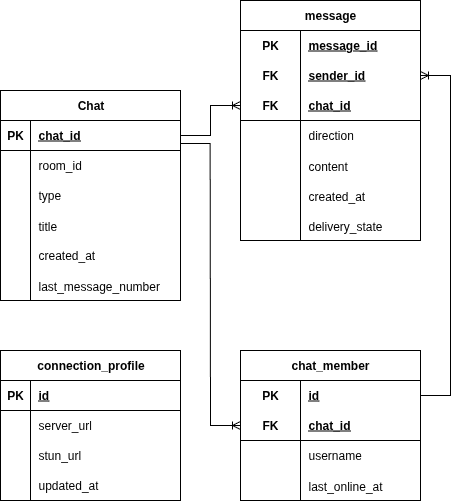
Above: docs/assets/er/er-client.png in paa04/Morze (draw.io), before the change. Source tidied: cells renumbered, new cells last; positions are measured from the earlier drawing's top-left corner, leaving out a move shared by most shapes.
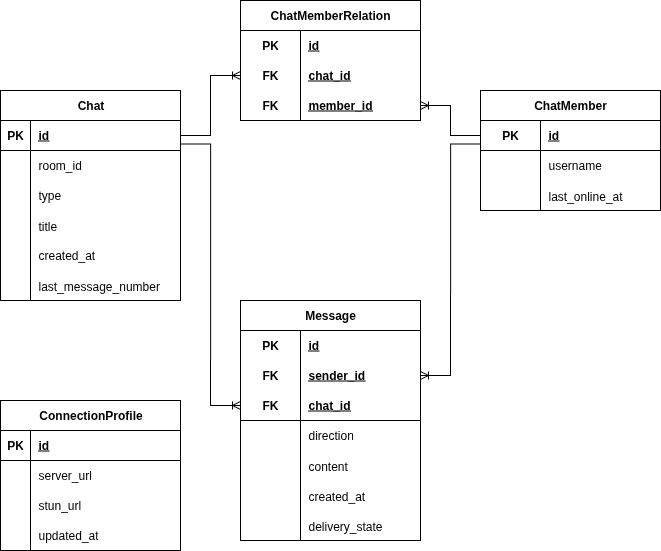
After the commit.

What changed in the source:
```diff
@@ -3,7 +3,7 @@
     <mxCell id="0" />
     <mxCell id="1" parent="0" />
     <mxCell id="2" value="Chat" style="shape=table;startSize=30;rowLines=0;fontStyle=1;align=center;html=1;" parent="1" vertex="1">
-      <mxGeometry y="90" width="180" height="210" as="geometry" />
+      <mxGeometry x="-220" y="40" width="180" height="210" as="geometry" />
     </mxCell>
     <mxCell id="3" style="shape=tableRow;horizontal=0;startSize=0;swimlaneHead=0;swimlaneBody=0;fillColor=none;points=[[0,0.5],[1,0.5]];portConstraint=eastwest;top=0;left=0;right=0;bottom=1;" parent="2" vertex="1">
       <mxGeometry y="30" width="180" height="30" as="geometry" />
@@ -11,7 +11,7 @@
     <mxCell id="4" value="PK" style="shape=partialRectangle;fillColor=none;top=0;left=0;bottom=0;right=0;fontStyle=1;overflow=hidden;whiteSpace=wrap;html=1;" parent="3" vertex="1">
       <mxGeometry width="30" height="30" as="geometry" />
     </mxCell>
-    <mxCell id="5" value="chat_id" style="shape=partialRectangle;fillColor=none;top=0;left=0;bottom=0;right=0;align=left;spacingLeft=6;fontStyle=5;overflow=hidden;whiteSpace=wrap;html=1;" parent="3" vertex="1">
+    <mxCell id="5" value="id" style="shape=partialRectangle;fillColor=none;top=0;left=0;bottom=0;right=0;align=left;spacingLeft=6;fontStyle=5;overflow=hidden;whiteSpace=wrap;html=1;" parent="3" vertex="1">
       <mxGeometry x="30" width="150" height="30" as="geometry" />
     </mxCell>
     <mxCell id="6" style="shape=tableRow;horizontal=0;startSize=0;swimlaneHead=0;swimlaneBody=0;fillColor=none;top=0;left=0;right=0;bottom=0;" parent="2" vertex="1">
@@ -59,29 +59,20 @@
     <mxCell id="20" value="last_message_number" style="shape=partialRectangle;fillColor=none;top=0;left=0;bottom=0;right=0;align=left;spacingLeft=6;overflow=hidden;" parent="18" vertex="1">
       <mxGeometry x="30" width="150" height="30" as="geometry" />
     </mxCell>
-    <mxCell id="21" value="chat_member" style="shape=table;startSize=30;rowLines=0;fontStyle=1;align=center;html=1;whiteSpace=wrap;" parent="1" vertex="1">
-      <mxGeometry x="240" y="350" width="180" height="150" as="geometry" />
+    <mxCell id="21" value="ChatMember" style="shape=table;startSize=30;rowLines=0;fontStyle=1;align=center;html=1;whiteSpace=wrap;" parent="1" vertex="1">
+      <mxGeometry x="260" y="40" width="180" height="120" as="geometry" />
     </mxCell>
-    <mxCell id="22" style="shape=tableRow;horizontal=0;startSize=0;swimlaneHead=0;swimlaneBody=0;fillColor=none;points=[[0,0.5],[1,0.5]];portConstraint=eastwest;top=0;left=0;right=0;bottom=0;html=1;" parent="21" vertex="1">
-      <mxGeometry y="30" width="180" height="30" as="geometry" />
-    </mxCell>
-    <mxCell id="23" value="PK" style="shape=partialRectangle;fillColor=none;top=0;left=0;bottom=0;right=0;fontStyle=1;overflow=hidden;html=1;whiteSpace=wrap;" parent="22" vertex="1">
-      <mxGeometry width="60" height="30" as="geometry" />
-    </mxCell>
-    <mxCell id="24" value="id" style="shape=partialRectangle;fillColor=none;top=0;left=0;bottom=0;right=0;align=left;spacingLeft=6;fontStyle=5;overflow=hidden;html=1;whiteSpace=wrap;" parent="22" vertex="1">
-      <mxGeometry x="60" width="120" height="30" as="geometry" />
-    </mxCell>
-    <mxCell id="25" style="shape=tableRow;horizontal=0;startSize=0;swimlaneHead=0;swimlaneBody=0;fillColor=none;points=[[0,0.5],[1,0.5]];portConstraint=eastwest;top=0;left=0;right=0;bottom=1;html=1;" parent="21" vertex="1">
-      <mxGeometry y="60" width="180" height="30" as="geometry" />
-    </mxCell>
-    <mxCell id="26" value="FK" style="shape=partialRectangle;fillColor=none;top=0;left=0;bottom=0;right=0;fontStyle=1;overflow=hidden;html=1;whiteSpace=wrap;" parent="25" vertex="1">
-      <mxGeometry width="60" height="30" as="geometry" />
-    </mxCell>
-    <mxCell id="27" value="chat_id" style="shape=partialRectangle;fillColor=none;top=0;left=0;bottom=0;right=0;align=left;spacingLeft=6;fontStyle=5;overflow=hidden;html=1;whiteSpace=wrap;" parent="25" vertex="1">
-      <mxGeometry x="60" width="120" height="30" as="geometry" />
-    </mxCell>
+    <mxCell id="72" style="shape=tableRow;horizontal=0;startSize=0;swimlaneHead=0;swimlaneBody=0;fillColor=none;points=[[0,0.5],[1,0.5]];portConstraint=eastwest;top=0;left=0;right=0;bottom=1;" parent="21" vertex="1">
+      <mxGeometry y="30" width="180" height="30" as="geometry" />
+    </mxCell>
+    <mxCell id="73" value="PK" style="shape=partialRectangle;fillColor=none;top=0;left=0;bottom=0;right=0;fontStyle=1;overflow=hidden;whiteSpace=wrap;html=1;" parent="72" vertex="1">
+      <mxGeometry width="60" height="30" as="geometry" />
+    </mxCell>
+    <mxCell id="74" value="id" style="shape=partialRectangle;fillColor=none;top=0;left=0;bottom=0;right=0;align=left;spacingLeft=6;fontStyle=5;overflow=hidden;whiteSpace=wrap;html=1;" parent="72" vertex="1">
+      <mxGeometry x="60" width="120" height="30" as="geometry" />
+    </mxCell>
     <mxCell id="28" style="shape=tableRow;horizontal=0;startSize=0;swimlaneHead=0;swimlaneBody=0;fillColor=none;top=0;left=0;right=0;bottom=0;html=1;" parent="21" vertex="1">
-      <mxGeometry y="90" width="180" height="30" as="geometry" />
+      <mxGeometry y="60" width="180" height="30" as="geometry" />
     </mxCell>
     <mxCell id="29" style="shape=partialRectangle;fillColor=none;top=0;left=0;bottom=0;right=0;overflow=hidden;html=1;whiteSpace=wrap;" parent="28" vertex="1">
       <mxGeometry width="60" height="30" as="geometry" />
@@ -90,7 +81,7 @@
       <mxGeometry x="60" width="120" height="30" as="geometry" />
     </mxCell>
     <mxCell id="31" style="shape=tableRow;horizontal=0;startSize=0;swimlaneHead=0;swimlaneBody=0;fillColor=none;top=0;left=0;right=0;bottom=0;" parent="21" vertex="1">
-      <mxGeometry y="120" width="180" height="30" as="geometry" />
+      <mxGeometry y="90" width="180" height="30" as="geometry" />
     </mxCell>
     <mxCell id="32" style="shape=partialRectangle;fillColor=none;top=0;left=0;bottom=0;right=0;overflow=hidden;" parent="31" vertex="1">
       <mxGeometry width="60" height="30" as="geometry" />
@@ -98,8 +89,8 @@
     <mxCell id="33" value="last_online_at" style="shape=partialRectangle;fillColor=none;top=0;left=0;bottom=0;right=0;align=left;spacingLeft=6;overflow=hidden;" parent="31" vertex="1">
       <mxGeometry x="60" width="120" height="30" as="geometry" />
     </mxCell>
-    <mxCell id="34" value="message" style="shape=table;startSize=30;rowLines=0;fontStyle=1;align=center;html=1;whiteSpace=wrap;" parent="1" vertex="1">
-      <mxGeometry x="240" width="180" height="240" as="geometry" />
+    <mxCell id="34" value="M&lt;span style=&quot;background-color: transparent; color: light-dark(rgb(0, 0, 0), rgb(255, 255, 255));&quot;&gt;essage&lt;/span&gt;" style="shape=table;startSize=30;rowLines=0;fontStyle=1;align=center;html=1;whiteSpace=wrap;" parent="1" vertex="1">
+      <mxGeometry x="20" y="250" width="180" height="240" as="geometry" />
     </mxCell>
     <mxCell id="35" style="shape=tableRow;horizontal=0;startSize=0;swimlaneHead=0;swimlaneBody=0;fillColor=none;top=0;left=0;right=0;bottom=0;html=1;" parent="34" vertex="1">
       <mxGeometry y="30" width="180" height="30" as="geometry" />
@@ -107,7 +98,7 @@
     <mxCell id="36" value="PK" style="shape=partialRectangle;fillColor=none;top=0;left=0;bottom=0;right=0;fontStyle=1;overflow=hidden;html=1;whiteSpace=wrap;" parent="35" vertex="1">
       <mxGeometry width="60" height="30" as="geometry" />
     </mxCell>
-    <mxCell id="37" value="message_id" style="shape=partialRectangle;fillColor=none;top=0;left=0;bottom=0;right=0;align=left;spacingLeft=6;fontStyle=5;overflow=hidden;html=1;whiteSpace=wrap;" parent="35" vertex="1">
+    <mxCell id="37" value="id" style="shape=partialRectangle;fillColor=none;top=0;left=0;bottom=0;right=0;align=left;spacingLeft=6;fontStyle=5;overflow=hidden;html=1;whiteSpace=wrap;" parent="35" vertex="1">
       <mxGeometry x="60" width="120" height="30" as="geometry" />
     </mxCell>
     <mxCell id="38" style="shape=tableRow;horizontal=0;startSize=0;swimlaneHead=0;swimlaneBody=0;fillColor=none;points=[[0,0.5],[1,0.5]];portConstraint=eastwest;top=0;left=0;right=0;bottom=0;" parent="34" vertex="1">
@@ -164,8 +155,8 @@
     <mxCell id="55" value="delivery_state" style="shape=partialRectangle;fillColor=none;top=0;left=0;bottom=0;right=0;align=left;spacingLeft=6;overflow=hidden;" parent="53" vertex="1">
       <mxGeometry x="60" width="120" height="30" as="geometry" />
     </mxCell>
-    <mxCell id="56" value="connection_profile" style="shape=table;startSize=30;rowLines=0;fontStyle=1;align=center;html=1;" parent="1" vertex="1">
-      <mxGeometry y="350" width="180" height="150" as="geometry" />
+    <mxCell id="56" value="ConnectionProfile" style="shape=table;startSize=30;rowLines=0;fontStyle=1;align=center;html=1;" parent="1" vertex="1">
+      <mxGeometry x="-220" y="350" width="180" height="150" as="geometry" />
     </mxCell>
     <mxCell id="57" style="shape=tableRow;horizontal=0;startSize=0;swimlaneHead=0;swimlaneBody=0;fillColor=none;top=0;left=0;right=0;bottom=1;" parent="56" vertex="1">
       <mxGeometry y="30" width="180" height="30" as="geometry" />
@@ -203,21 +194,47 @@
     <mxCell id="68" value="updated_at" style="shape=partialRectangle;fillColor=none;top=0;left=0;bottom=0;right=0;align=left;spacingLeft=6;overflow=hidden;whiteSpace=wrap;html=1;" parent="66" vertex="1">
       <mxGeometry x="30" width="150" height="30" as="geometry" />
     </mxCell>
+    <mxCell id="75" value="ChatMemberRelation" style="shape=table;startSize=30;rowLines=0;fontStyle=1;align=center;html=1;whiteSpace=wrap;" parent="1" vertex="1">
+      <mxGeometry x="20" y="-50" width="180" height="120" as="geometry" />
+    </mxCell>
+    <mxCell id="22" style="shape=tableRow;horizontal=0;startSize=0;swimlaneHead=0;swimlaneBody=0;fillColor=none;points=[[0,0.5],[1,0.5]];portConstraint=eastwest;top=0;left=0;right=0;bottom=0;html=1;" parent="75" vertex="1">
+      <mxGeometry y="30" width="180" height="30" as="geometry" />
+    </mxCell>
+    <mxCell id="23" value="PK" style="shape=partialRectangle;fillColor=none;top=0;left=0;bottom=0;right=0;fontStyle=1;overflow=hidden;html=1;whiteSpace=wrap;" parent="22" vertex="1">
+      <mxGeometry width="60" height="30" as="geometry" />
+    </mxCell>
+    <mxCell id="24" value="id" style="shape=partialRectangle;fillColor=none;top=0;left=0;bottom=0;right=0;align=left;spacingLeft=6;fontStyle=5;overflow=hidden;html=1;whiteSpace=wrap;" parent="22" vertex="1">
+      <mxGeometry x="60" width="120" height="30" as="geometry" />
+    </mxCell>
+    <mxCell id="76" style="shape=tableRow;horizontal=0;startSize=0;swimlaneHead=0;swimlaneBody=0;fillColor=none;points=[[0,0.5],[1,0.5]];portConstraint=eastwest;top=0;left=0;right=0;bottom=0;" parent="75" vertex="1">
+      <mxGeometry y="60" width="180" height="30" as="geometry" />
+    </mxCell>
+    <mxCell id="77" value="&lt;b&gt;FK&lt;/b&gt;" style="shape=partialRectangle;fillColor=none;top=0;left=0;bottom=0;right=0;fontStyle=0;overflow=hidden;whiteSpace=wrap;html=1;" parent="76" vertex="1">
+      <mxGeometry width="60" height="30" as="geometry" />
+    </mxCell>
+    <mxCell id="27" value="&lt;b&gt;&lt;u&gt;chat_id&lt;/u&gt;&lt;/b&gt;" style="shape=partialRectangle;fillColor=none;top=0;left=0;bottom=0;right=0;align=left;spacingLeft=6;fontStyle=0;overflow=hidden;whiteSpace=wrap;html=1;" parent="76" vertex="1">
+      <mxGeometry x="60" width="120" height="30" as="geometry" />
+    </mxCell>
+    <mxCell id="78" style="shape=tableRow;horizontal=0;startSize=0;swimlaneHead=0;swimlaneBody=0;fillColor=none;points=[[0,0.5],[1,0.5]];portConstraint=eastwest;top=0;left=0;right=0;bottom=1;html=1;" parent="75" vertex="1">
+      <mxGeometry y="90" width="180" height="30" as="geometry" />
+    </mxCell>
+    <mxCell id="26" value="FK" style="shape=partialRectangle;fillColor=none;top=0;left=0;bottom=0;right=0;fontStyle=1;overflow=hidden;html=1;whiteSpace=wrap;" parent="78" vertex="1">
+      <mxGeometry width="60" height="30" as="geometry" />
+    </mxCell>
+    <mxCell id="79" value="member_id" style="shape=partialRectangle;fillColor=none;top=0;left=0;bottom=0;right=0;align=left;spacingLeft=6;fontStyle=5;overflow=hidden;html=1;whiteSpace=wrap;" parent="78" vertex="1">
+      <mxGeometry x="60" width="120" height="30" as="geometry" />
+    </mxCell>
+    <mxCell id="80" style="edgeStyle=entityRelationEdgeStyle;fontSize=12;html=1;endArrow=ERoneToMany;rounded=0;exitX=1;exitY=0.5;exitDx=0;exitDy=0;entryX=0;entryY=0.5;entryDx=0;entryDy=0;" parent="1" edge="1" source="3" target="76">
+      <mxGeometry relative="1" as="geometry" />
+    </mxCell>
+    <mxCell id="81" style="edgeStyle=entityRelationEdgeStyle;fontSize=12;html=1;endArrow=ERoneToMany;rounded=0;exitX=0;exitY=0.5;exitDx=0;exitDy=0;entryX=1;entryY=0.5;entryDx=0;entryDy=0;" parent="1" edge="1" source="72" target="78">
+      <mxGeometry relative="1" as="geometry" />
+    </mxCell>
-    <mxCell id="69" style="edgeStyle=entityRelationEdgeStyle;fontSize=12;html=1;endArrow=ERoneToMany;rounded=0;exitX=1;exitY=0.5;exitDx=0;exitDy=0;entryX=0;entryY=0.5;entryDx=0;entryDy=0;" parent="1" edge="1" source="3" target="41">
-      <mxGeometry relative="1" as="geometry">
-        <Array as="points">
-          <mxPoint x="200" y="140" />
-          <mxPoint x="220" y="140" />
-          <mxPoint x="220" y="135" />
-          <mxPoint x="220" y="130" />
-        </Array>
-      </mxGeometry>
+    <mxCell id="69" style="edgeStyle=entityRelationEdgeStyle;fontSize=12;html=1;endArrow=ERoneToMany;rounded=0;exitX=1.001;exitY=0.783;exitDx=0;exitDy=0;exitPerimeter=0;entryX=0;entryY=0.5;entryDx=0;entryDy=0;" parent="1" edge="1" source="3" target="41">
+      <mxGeometry relative="1" as="geometry" />
     </mxCell>
-    <mxCell id="70" style="edgeStyle=entityRelationEdgeStyle;fontSize=12;html=1;endArrow=ERoneToMany;rounded=0;exitX=0.998;exitY=0.766;exitDx=0;exitDy=0;entryX=0;entryY=0.5;entryDx=0;entryDy=0;exitPerimeter=0;" parent="1" edge="1" source="3" target="25">
-      <mxGeometry relative="1" as="geometry" />
-    </mxCell>
-    <mxCell id="71" style="edgeStyle=entityRelationEdgeStyle;fontSize=12;html=1;endArrow=ERoneToMany;rounded=0;exitX=1;exitY=0.5;exitDx=0;exitDy=0;entryX=1;entryY=0.5;entryDx=0;entryDy=0;" parent="1" edge="1" source="22" target="38">
-      <mxGeometry relative="1" as="geometry" />
-    </mxCell>
+    <mxCell id="82" style="edgeStyle=entityRelationEdgeStyle;fontSize=12;html=1;endArrow=ERoneToMany;rounded=0;exitX=0.001;exitY=0.783;exitDx=0;exitDy=0;exitPerimeter=0;entryX=1;entryY=0.5;entryDx=0;entryDy=0;" parent="1" edge="1" source="72" target="38">
+      <mxGeometry relative="1" as="geometry" />
+    </mxCell>
   </root>
 </mxGraphModel>
```
